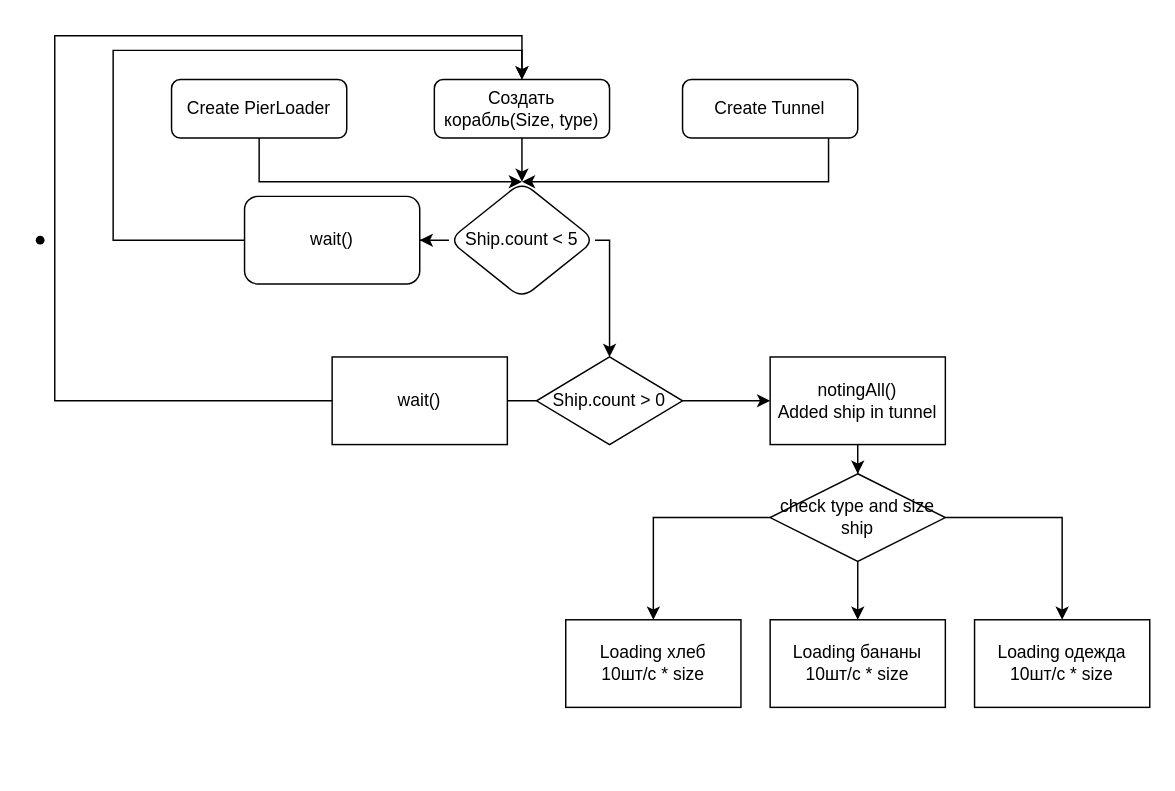
This is Korchagin_Ships.drawio from VladislavKorchagin/Test, a draw.io file, before an edit. Source tidied: cells renumbered, new cells numbered last; positions are measured from the earlier drawing's top-left corner, leaving out a move shared by most shapes. Both pictures are drawn from the tidied source at 146%, with x=0, y=0 at pixel (25, 35).
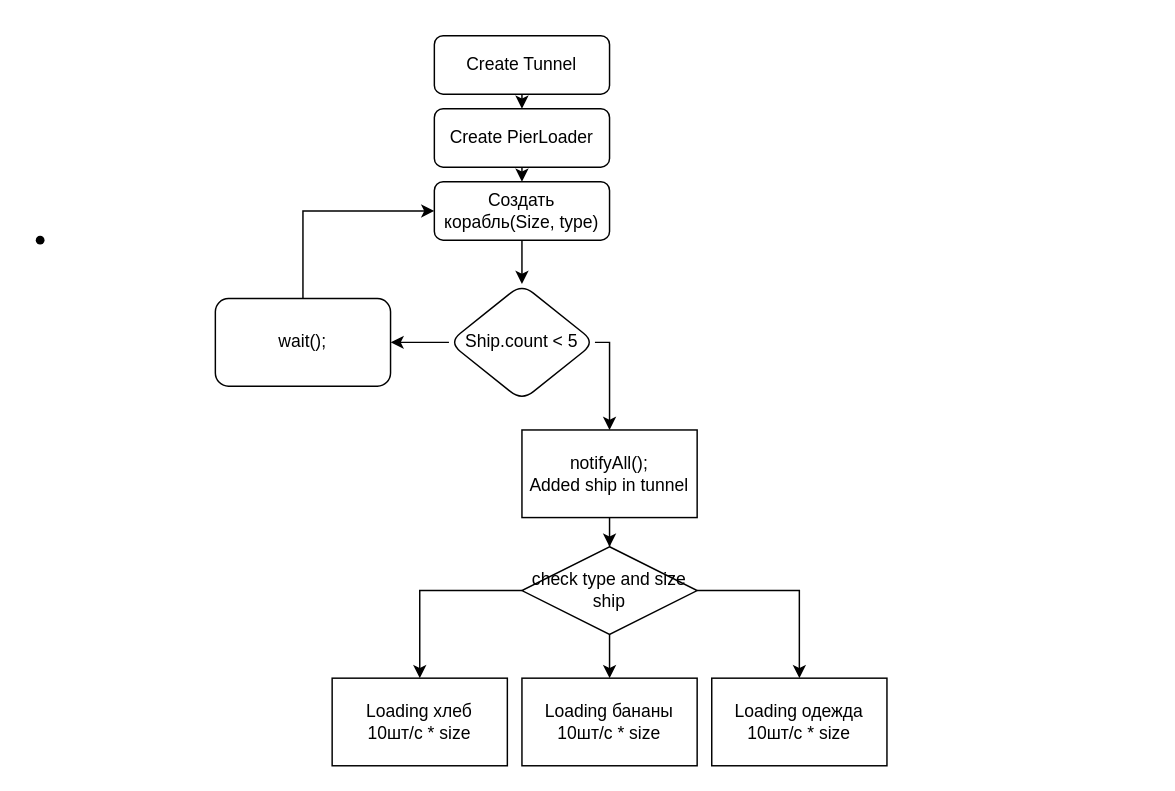
After the change.

Diff of the diagram source:
```diff
@@
     <mxCell id="2" style="edgeStyle=orthogonalEdgeStyle;rounded=0;jettySize=auto;html=1;" parent="1" edge="1" source="3" target="10">
-      <mxGeometry relative="1" as="geometry" />
+      <mxGeometry relative="1" as="geometry">
+        <Array as="points">
+          <mxPoint x="340" y="140" />
+          <mxPoint x="340" y="140" />
+        </Array>
+      </mxGeometry>
     </mxCell>
     <mxCell id="3" value="Создать корабль(Size, type)" style="rounded=1;whiteSpace=wrap;html=1;fontSize=12;glass=0;strokeWidth=1;shadow=0;" parent="1" vertex="1">
-      <mxGeometry x="280" y="30" width="120" height="40" as="geometry" />
+      <mxGeometry x="280" y="100" width="120" height="40" as="geometry" />
     </mxCell>
-    <mxCell id="4" style="edgeStyle=orthogonalEdgeStyle;rounded=0;jettySize=auto;html=1;entryX=0.5;entryY=0;entryDx=0;entryDy=0;" parent="1" edge="1" source="5" target="10">
-      <mxGeometry relative="1" as="geometry">
-        <Array as="points">
-          <mxPoint x="550" y="100" />
-        </Array>
-      </mxGeometry>
-    </mxCell>
+    <mxCell id="27" style="edgeStyle=orthogonalEdgeStyle;rounded=0;jettySize=auto;html=1;exitX=0.5;exitY=1;exitDx=0;exitDy=0;entryX=0.5;entryY=0;entryDx=0;entryDy=0;" parent="1" edge="1" source="5" target="7">
+      <mxGeometry relative="1" as="geometry" />
+    </mxCell>
     <mxCell id="5" value="Сreate Tunnel" style="rounded=1;whiteSpace=wrap;html=1;" parent="1" vertex="1">
-      <mxGeometry x="450" y="30" width="120" height="40" as="geometry" />
+      <mxGeometry x="280" width="120" height="40" as="geometry" />
     </mxCell>
-    <mxCell id="6" style="edgeStyle=orthogonalEdgeStyle;rounded=0;jettySize=auto;html=1;entryX=0.5;entryY=0;entryDx=0;entryDy=0;" parent="1" edge="1" source="7" target="10">
-      <mxGeometry relative="1" as="geometry">
-        <Array as="points">
-          <mxPoint x="160" y="100" />
-        </Array>
-      </mxGeometry>
-    </mxCell>
+    <mxCell id="28" style="edgeStyle=orthogonalEdgeStyle;rounded=0;jettySize=auto;html=1;exitX=0.5;exitY=1;exitDx=0;exitDy=0;entryX=0.5;entryY=0;entryDx=0;entryDy=0;" parent="1" edge="1" source="7" target="3">
+      <mxGeometry relative="1" as="geometry" />
+    </mxCell>
     <mxCell id="7" value="Сreate PierLoader" style="rounded=1;whiteSpace=wrap;html=1;" parent="1" vertex="1">
-      <mxGeometry x="100" y="30" width="120" height="40" as="geometry" />
+      <mxGeometry x="280" y="50" width="120" height="40" as="geometry" />
     </mxCell>
-    <mxCell id="8" style="edgeStyle=orthogonalEdgeStyle;rounded=0;jettySize=auto;html=1;entryX=0.5;entryY=0;entryDx=0;entryDy=0;" parent="1" edge="1" source="10" target="13">
-      <mxGeometry relative="1" as="geometry">
-        <Array as="points">
-          <mxPoint x="400" y="140" />
-          <mxPoint x="400" y="220" />
-        </Array>
-      </mxGeometry>
-    </mxCell>
@@
+    <mxCell id="29" style="edgeStyle=orthogonalEdgeStyle;rounded=0;jettySize=auto;html=1;exitX=1;exitY=0.5;exitDx=0;exitDy=0;" parent="1" edge="1" source="10" target="15">
+      <mxGeometry relative="1" as="geometry">
+        <Array as="points">
+          <mxPoint x="400" y="240" />
+          <mxPoint x="400" y="240" />
+        </Array>
+      </mxGeometry>
+    </mxCell>
     <mxCell id="10" value="Ship.count &amp;lt; 5" style="rhombus;whiteSpace=wrap;html=1;rounded=1;glass=0;strokeWidth=1;shadow=0;" parent="1" vertex="1">
-      <mxGeometry x="290" y="100" width="100" height="80" as="geometry" />
+      <mxGeometry x="290" y="170" width="100" height="80" as="geometry" />
     </mxCell>
-    <mxCell id="11" style="edgeStyle=orthogonalEdgeStyle;rounded=0;jettySize=auto;html=1;" parent="1" edge="1" source="13" target="15">
-      <mxGeometry relative="1" as="geometry" />
-    </mxCell>
-    <mxCell id="12" style="edgeStyle=orthogonalEdgeStyle;rounded=0;jettySize=auto;html=1;entryX=0.5;entryY=0;entryDx=0;entryDy=0;" parent="1" edge="1" source="13" target="3">
-      <mxGeometry relative="1" as="geometry">
-        <Array as="points">
-          <mxPoint x="20" y="250" />
-          <mxPoint x="20" />
-          <mxPoint x="340" />
-        </Array>
-      </mxGeometry>
-    </mxCell>
-    <mxCell id="13" value="Ship.count &amp;gt; 0" style="rhombus;whiteSpace=wrap;html=1;" parent="1" vertex="1">
-      <mxGeometry x="350" y="220" width="100" height="60" as="geometry" />
-    </mxCell>
@@
-    <mxCell id="15" value="notingAll()&lt;br&gt;Added ship in tunnel" style="whiteSpace=wrap;html=1;" parent="1" vertex="1">
-      <mxGeometry x="510" y="220" width="120" height="60" as="geometry" />
+    <mxCell id="15" value="notifyAll();&lt;br&gt;Added ship in tunnel" style="whiteSpace=wrap;html=1;" parent="1" vertex="1">
+      <mxGeometry x="340" y="270" width="120" height="60" as="geometry" />
     </mxCell>
@@
     <mxCell id="18" style="edgeStyle=orthogonalEdgeStyle;rounded=0;jettySize=auto;html=1;" parent="1" edge="1" source="19" target="22">
       <mxGeometry relative="1" as="geometry">
         <Array as="points">
-          <mxPoint x="710" y="330" />
+          <mxPoint x="530" y="380" />
         </Array>
       </mxGeometry>
     </mxCell>
     <mxCell id="19" value="check type and size ship" style="rhombus;whiteSpace=wrap;html=1;" parent="1" vertex="1">
-      <mxGeometry x="510" y="300" width="120" height="60" as="geometry" />
+      <mxGeometry x="340" y="350" width="120" height="60" as="geometry" />
     </mxCell>
     <mxCell id="20" value="Loading хлеб&lt;br&gt;10шт/с * size&lt;br&gt;" style="whiteSpace=wrap;html=1;" parent="1" vertex="1">
-      <mxGeometry x="370" y="400" width="120" height="60" as="geometry" />
+      <mxGeometry x="210" y="440" width="120" height="60" as="geometry" />
     </mxCell>
     <mxCell id="21" value="Loading бананы&lt;br style=&quot;border-color: var(--border-color);&quot;&gt;10шт/с * size" style="whiteSpace=wrap;html=1;" parent="1" vertex="1">
-      <mxGeometry x="510" y="400" width="120" height="60" as="geometry" />
+      <mxGeometry x="340" y="440" width="120" height="60" as="geometry" />
     </mxCell>
     <mxCell id="22" value="Loading одежда&lt;br style=&quot;border-color: var(--border-color);&quot;&gt;10шт/с * size" style="whiteSpace=wrap;html=1;" parent="1" vertex="1">
-      <mxGeometry x="650" y="400" width="120" height="60" as="geometry" />
+      <mxGeometry x="470" y="440" width="120" height="60" as="geometry" />
     </mxCell>
-    <mxCell id="23" value="wait()" style="rounded=0;whiteSpace=wrap;html=1;" parent="1" vertex="1">
-      <mxGeometry x="210" y="220" width="120" height="60" as="geometry" />
-    </mxCell>
-    <mxCell id="24" style="edgeStyle=orthogonalEdgeStyle;rounded=0;jettySize=auto;html=1;entryX=0.5;entryY=0;entryDx=0;entryDy=0;" parent="1" edge="1" source="25" target="3">
-      <mxGeometry relative="1" as="geometry">
-        <Array as="points">
-          <mxPoint x="60" y="140" />
-          <mxPoint x="60" y="10" />
-          <mxPoint x="340" y="10" />
-        </Array>
-      </mxGeometry>
+    <mxCell id="24" style="edgeStyle=orthogonalEdgeStyle;rounded=0;jettySize=auto;html=1;exitX=0.5;exitY=0;exitDx=0;exitDy=0;entryX=0;entryY=0.5;entryDx=0;entryDy=0;" parent="1" edge="1" source="25" target="3">
+      <mxGeometry relative="1" as="geometry" />
     </mxCell>
-    <mxCell id="25" value="wait()" style="whiteSpace=wrap;html=1;rounded=1;glass=0;strokeWidth=1;shadow=0;" parent="1" vertex="1">
-      <mxGeometry x="150" y="110" width="120" height="60" as="geometry" />
+    <mxCell id="25" value="wait();" style="whiteSpace=wrap;html=1;rounded=1;glass=0;strokeWidth=1;shadow=0;" parent="1" vertex="1">
+      <mxGeometry x="130" y="180" width="120" height="60" as="geometry" />
     </mxCell>
```
